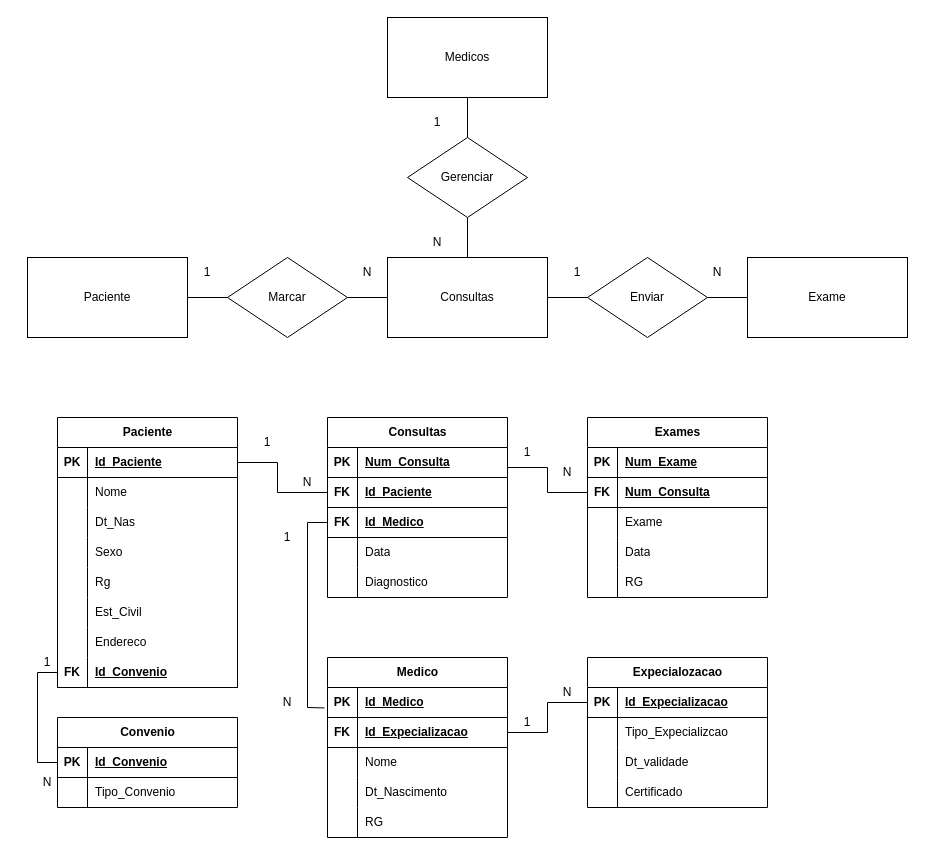
Before: Ayv_edna.drawio in Endrigogustavo/2Ano-ETEC, a draw.io diagram. Source tidied: cells renumbered, new cells numbered last; positions are measured from the earlier drawing's top-left corner, leaving out a move shared by most shapes. Both pictures are drawn from the tidied source at 100%, with x=0, y=0 at pixel (17, 17).
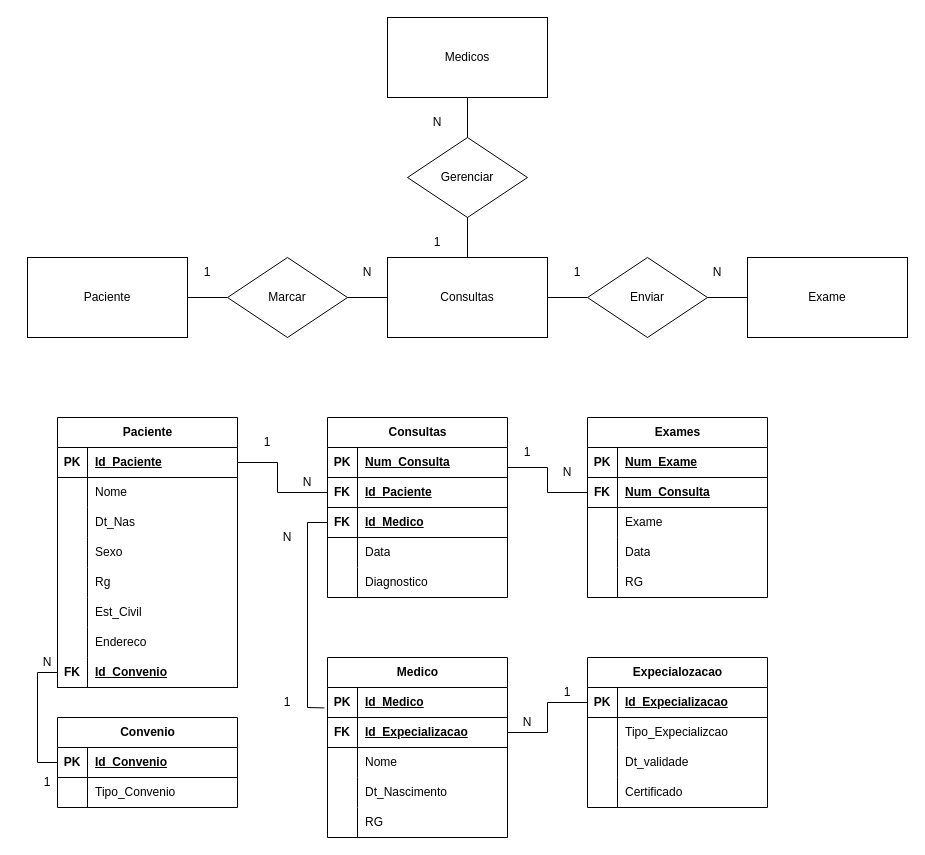
After the change.

Diff of the diagram source:
```diff
@@
-    <mxCell id="42" value="N" style="text;html=1;strokeColor=none;fillColor=none;align=center;verticalAlign=middle;whiteSpace=wrap;rounded=0;" parent="1" vertex="1">
+    <mxCell id="42" value="1" style="text;html=1;strokeColor=none;fillColor=none;align=center;verticalAlign=middle;whiteSpace=wrap;rounded=0;" parent="1" vertex="1">
       <mxGeometry x="390" y="210" width="60" height="30" as="geometry" />
     </mxCell>
-    <mxCell id="43" value="1" style="text;html=1;strokeColor=none;fillColor=none;align=center;verticalAlign=middle;whiteSpace=wrap;rounded=0;" parent="1" vertex="1">
+    <mxCell id="43" value="N" style="text;html=1;strokeColor=none;fillColor=none;align=center;verticalAlign=middle;whiteSpace=wrap;rounded=0;" parent="1" vertex="1">
       <mxGeometry x="390" y="90" width="60" height="30" as="geometry" />
     </mxCell>
@@
-    <mxCell id="113" value="1" style="text;html=1;strokeColor=none;fillColor=none;align=center;verticalAlign=middle;whiteSpace=wrap;rounded=0;" parent="1" vertex="1">
+    <mxCell id="113" value="N" style="text;html=1;strokeColor=none;fillColor=none;align=center;verticalAlign=middle;whiteSpace=wrap;rounded=0;" parent="1" vertex="1">
       <mxGeometry x="240" y="505" width="60" height="30" as="geometry" />
     </mxCell>
-    <mxCell id="114" value="N" style="text;html=1;strokeColor=none;fillColor=none;align=center;verticalAlign=middle;whiteSpace=wrap;rounded=0;" parent="1" vertex="1">
+    <mxCell id="114" value="1" style="text;html=1;strokeColor=none;fillColor=none;align=center;verticalAlign=middle;whiteSpace=wrap;rounded=0;" parent="1" vertex="1">
       <mxGeometry x="240" y="670" width="60" height="30" as="geometry" />
     </mxCell>
-    <mxCell id="115" value="1" style="text;html=1;strokeColor=none;fillColor=none;align=center;verticalAlign=middle;whiteSpace=wrap;rounded=0;" parent="1" vertex="1">
+    <mxCell id="115" value="N" style="text;html=1;strokeColor=none;fillColor=none;align=center;verticalAlign=middle;whiteSpace=wrap;rounded=0;" parent="1" vertex="1">
       <mxGeometry x="480" y="690" width="60" height="30" as="geometry" />
     </mxCell>
-    <mxCell id="116" value="N" style="text;html=1;strokeColor=none;fillColor=none;align=center;verticalAlign=middle;whiteSpace=wrap;rounded=0;" parent="1" vertex="1">
+    <mxCell id="116" value="1" style="text;html=1;strokeColor=none;fillColor=none;align=center;verticalAlign=middle;whiteSpace=wrap;rounded=0;" parent="1" vertex="1">
       <mxGeometry x="520" y="660" width="60" height="30" as="geometry" />
     </mxCell>
@@
-    <mxCell id="127" value="1" style="text;html=1;strokeColor=none;fillColor=none;align=center;verticalAlign=middle;whiteSpace=wrap;rounded=0;" parent="1" vertex="1">
+    <mxCell id="127" value="N" style="text;html=1;strokeColor=none;fillColor=none;align=center;verticalAlign=middle;whiteSpace=wrap;rounded=0;" parent="1" vertex="1">
       <mxGeometry y="630" width="60" height="30" as="geometry" />
     </mxCell>
-    <mxCell id="128" value="N" style="text;html=1;strokeColor=none;fillColor=none;align=center;verticalAlign=middle;whiteSpace=wrap;rounded=0;" parent="1" vertex="1">
+    <mxCell id="128" value="1" style="text;html=1;strokeColor=none;fillColor=none;align=center;verticalAlign=middle;whiteSpace=wrap;rounded=0;" parent="1" vertex="1">
       <mxGeometry y="750" width="60" height="30" as="geometry" />
     </mxCell>
```
